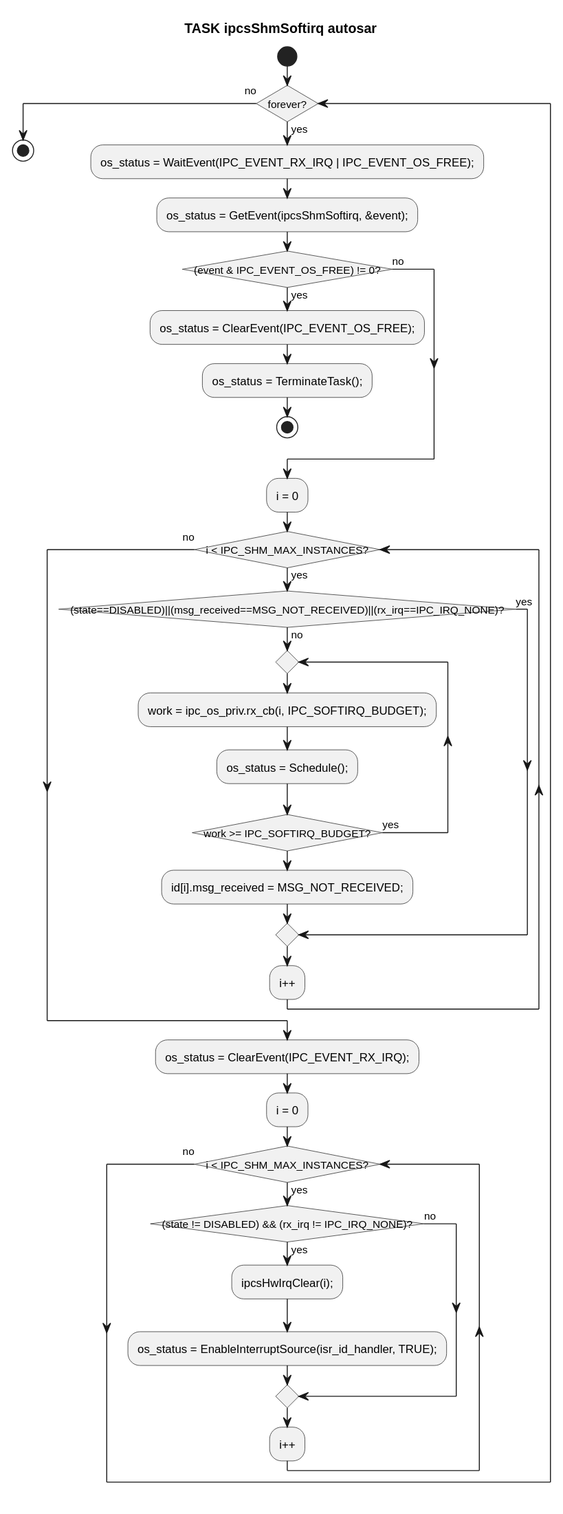
Earlier version of the PlantUML export c1_sdd_linux-ipcs/cursor_tmp/flow_svgs/3_4_43.svg (Mastang1/sad_sdd_proj).
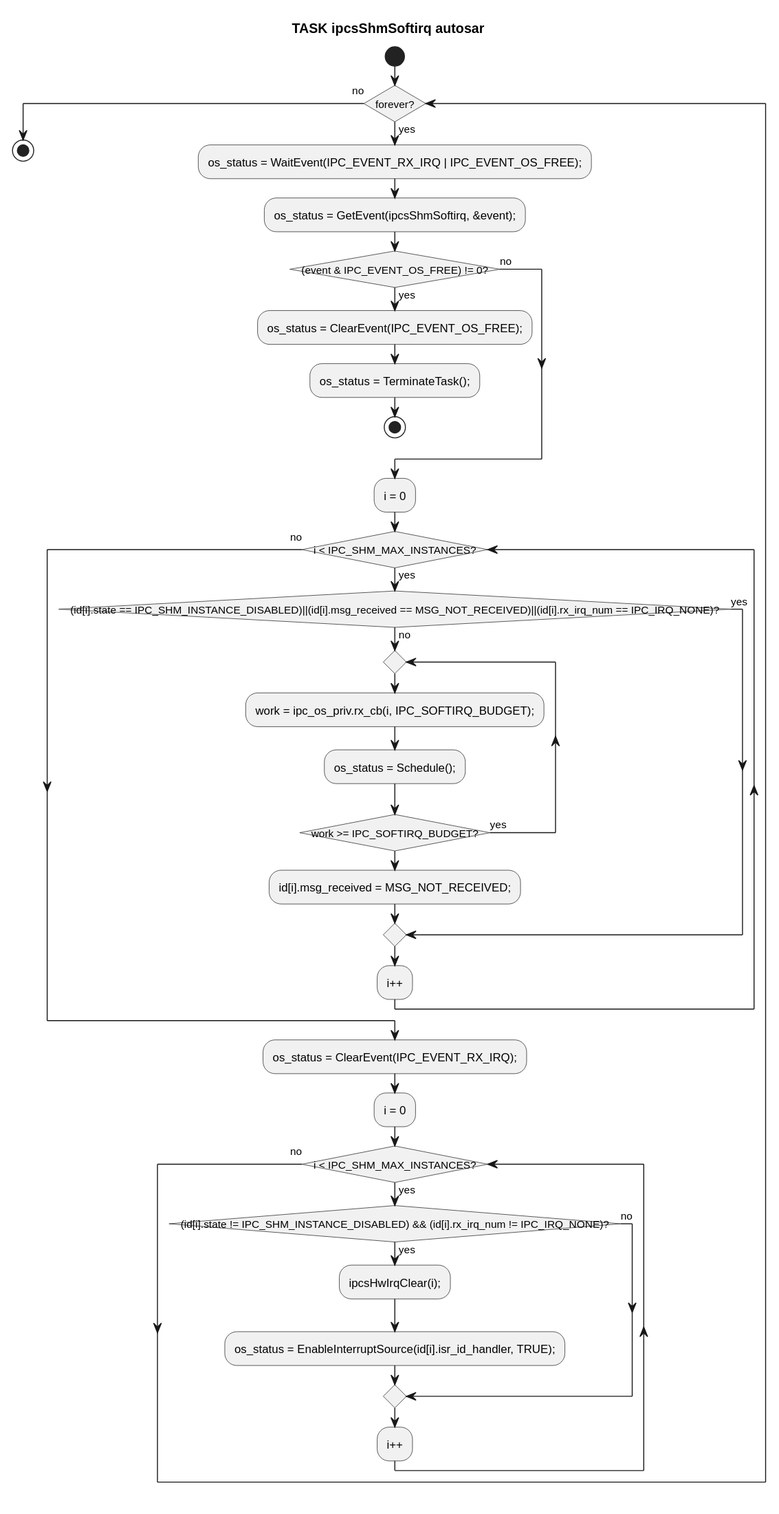
Above is the later version.

Diff of the diagram source:
```diff
@@ -15,7 +15,7 @@
   endif
   :i = 0;
   while (i < IPC_SHM_MAX_INSTANCES?) is (yes)
-    if ((state==DISABLED)||(msg_received==MSG_NOT_RECEIVED)||(rx_irq==IPC_IRQ_NONE)?) then (yes)
+    if ((id[i].state == IPC_SHM_INSTANCE_DISABLED)||(id[i].msg_received == MSG_NOT_RECEIVED)||(id[i].rx_irq_num == IPC_IRQ_NONE)?) then (yes)
     else (no)
       repeat
         :work = ipc_os_priv.rx_cb(i, IPC_SOFTIRQ_BUDGET);;
@@ -28,9 +28,9 @@
   :os_status = ClearEvent(IPC_EVENT_RX_IRQ);;
   :i = 0;
   while (i < IPC_SHM_MAX_INSTANCES?) is (yes)
-    if ((state != DISABLED) && (rx_irq != IPC_IRQ_NONE)?) then (yes)
+    if ((id[i].state != IPC_SHM_INSTANCE_DISABLED) && (id[i].rx_irq_num != IPC_IRQ_NONE)?) then (yes)
       :ipcsHwIrqClear(i);;
-      :os_status = EnableInterruptSource(isr_id_handler, TRUE);;
+      :os_status = EnableInterruptSource(id[i].isr_id_handler, TRUE);;
     else (no)
     endif
     :i++;
```
